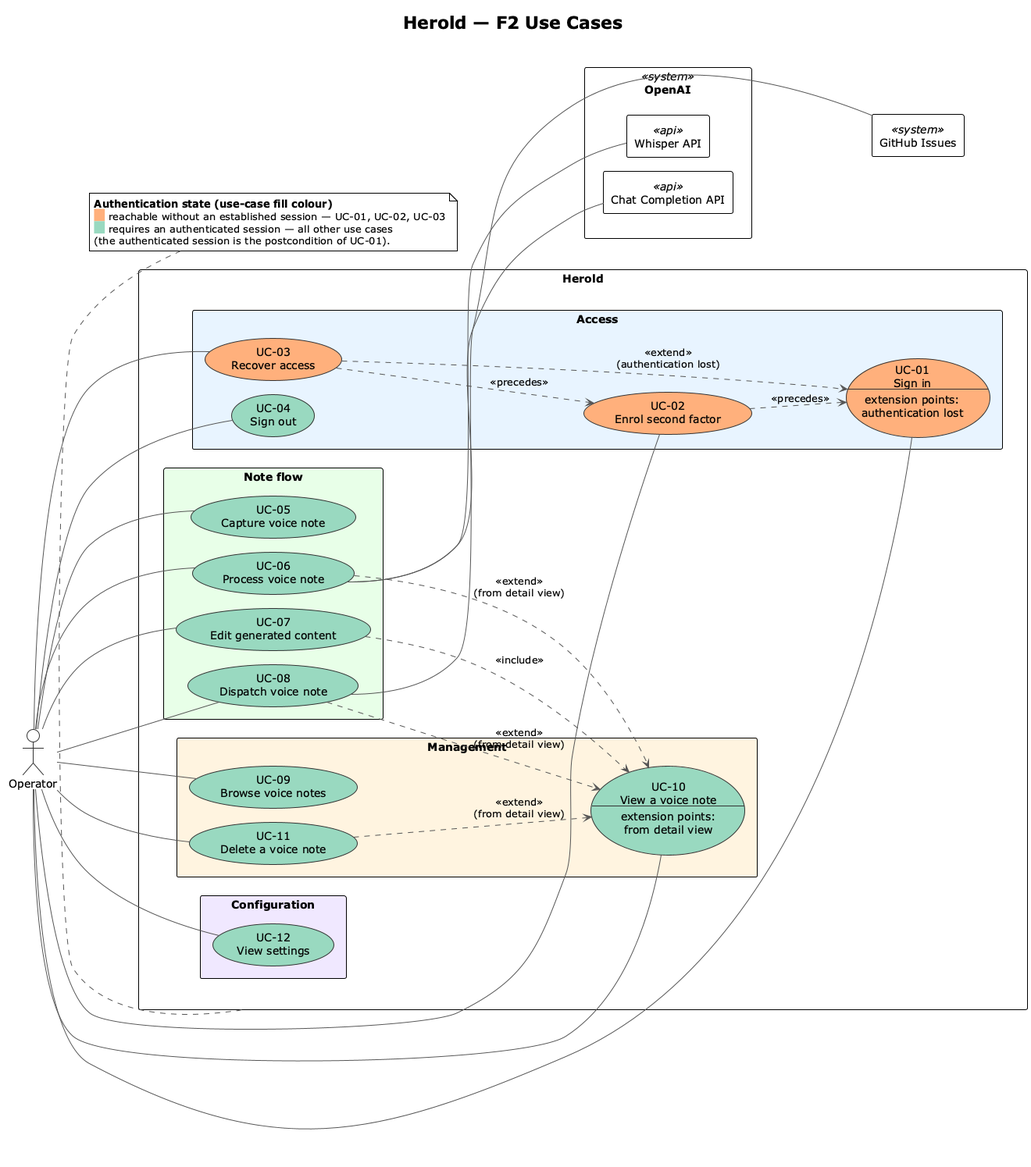
carstenlucke/herold keeps this PlantUML diagram as docs/spec/diagrams-png/f2-use-cases.png. Above is the earlier version. The source it was exported from:
```plantuml
@startuml f2-use-cases
!theme plain
left to right direction
skinparam packageStyle rectangle
skinparam shadowing false
skinparam ArrowColor #555555
skinparam UsecaseBorderColor #333333
skinparam UsecaseBackgroundColor #F5F5F5
skinparam ActorBorderColor #333333
skinparam nodesep 18
skinparam ranksep 40

title Herold — F2 Use Cases

actor "Operator" as OP

rectangle "Herold" as HEROLD {


  package "Access" as ACCESS #E8F4FF {
    usecase "UC-01\nSign in\n--\nextension points:\nauthentication lost" as UC01 #FFB07C
    usecase "UC-02\nEnrol second factor"                                    as UC02 #FFB07C
    usecase "UC-03\nRecover access"                                         as UC03 #FFB07C
    usecase "UC-04\nSign out"                                               as UC04 #99D9C0
  }

  package "Note flow" as NOTEFLOW #E8FFE8 {
    usecase "UC-05\nCapture voice note"        as UC05 #99D9C0
    usecase "UC-06\nProcess voice note"        as UC06 #99D9C0
    usecase "UC-07\nEdit generated content"    as UC07 #99D9C0
    usecase "UC-08\nDispatch voice note"       as UC08 #99D9C0
  }

  package "Management" as MGMT #FFF4E0 {
    usecase "UC-09\nBrowse voice notes"                                            as UC09 #99D9C0
    usecase "UC-10\nView a voice note\n--\nextension points:\nfrom detail view"    as UC10 #99D9C0
    usecase "UC-11\nDelete a voice note"                                           as UC11 #99D9C0
  }

  package "Configuration" as CONFIG #F0E8FF {
    usecase "UC-12\nView settings" as UC12 #99D9C0
  }
}

rectangle "OpenAI" <<system>> as OPENAI {
  rectangle "Whisper API"         <<api>> as WHISPER
  rectangle "Chat Completion API" <<api>> as CHAT
}
rectangle "GitHub Issues" <<system>> as GH

OP -- UC01
OP -- UC02
OP -- UC03
OP -- UC04
OP -- UC05
OP -- UC06
OP -- UC07
OP -- UC08
OP -- UC09
OP -- UC10
OP -- UC11
OP -- UC12

UC06 -- WHISPER
UC06 -- CHAT
UC08 -- GH

UC07 ..> UC10 : <<include>>

UC06 ..> UC10 : <<extend>>\n(from detail view)
UC08 ..> UC10 : <<extend>>\n(from detail view)
UC11 ..> UC10 : <<extend>>\n(from detail view)

UC03 ..> UC01 : <<extend>>\n(authentication lost)

UC02 ..> UC01 : <<precedes>>
UC03 ..> UC02 : <<precedes>>

OPENAI -[hidden]down- GH

note bottom of HEROLD
  **Authentication state (use-case fill colour)**
  <back:#FFB07C>   </back> reachable without an established session — UC-01, UC-02, UC-03
  <back:#99D9C0>   </back> requires an authenticated session — all other use cases
  (the authenticated session is the postcondition of UC-01).
end note

@enduml
```
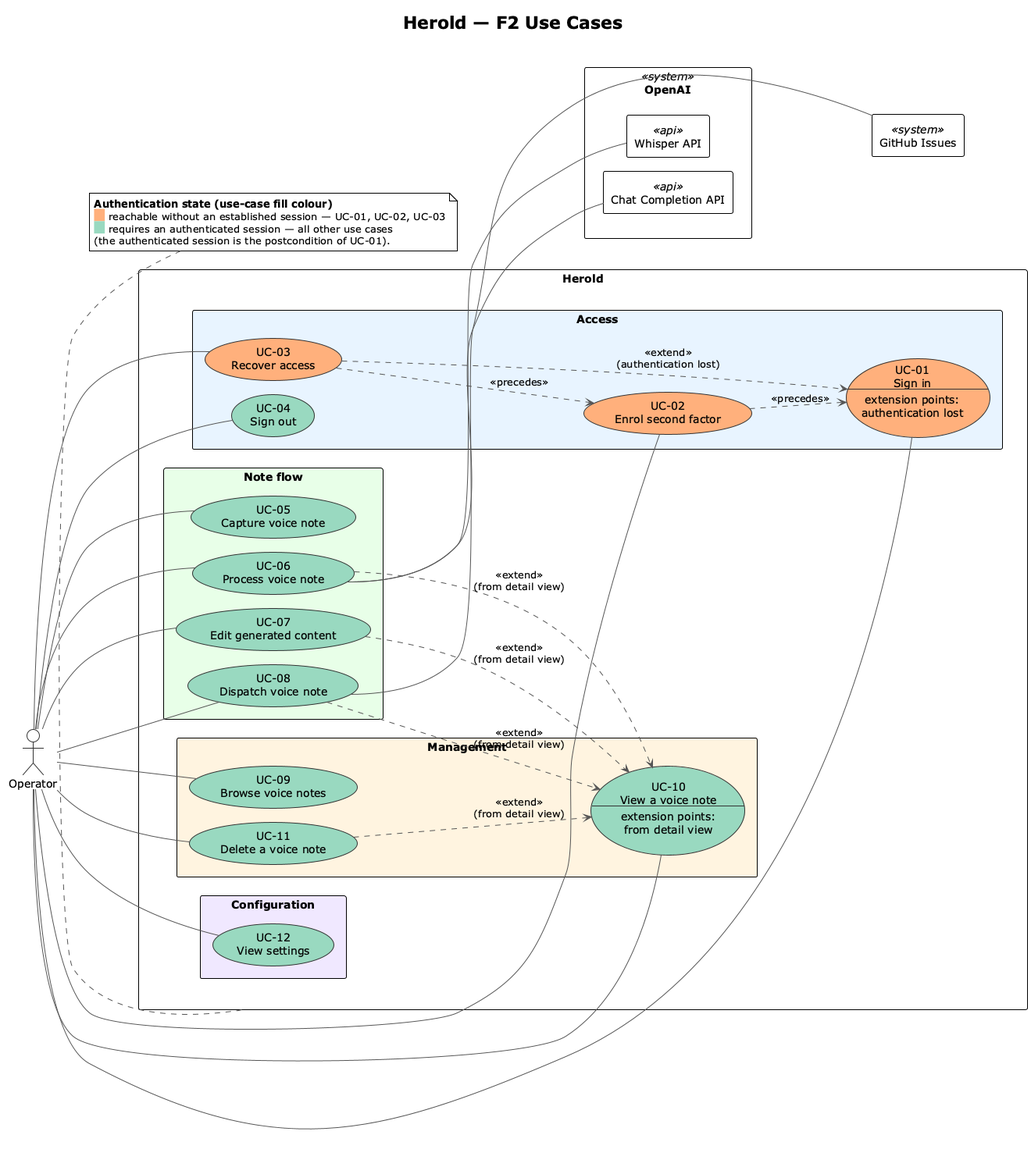
The same diagram one commit later.

The edit, as a diff of the source:
```diff
@@ -65,9 +65,8 @@
 UC06 -- CHAT
 UC08 -- GH
 
-UC07 ..> UC10 : <<include>>
-
 UC06 ..> UC10 : <<extend>>\n(from detail view)
+UC07 ..> UC10 : <<extend>>\n(from detail view)
 UC08 ..> UC10 : <<extend>>\n(from detail view)
 UC11 ..> UC10 : <<extend>>\n(from detail view)
 
```
